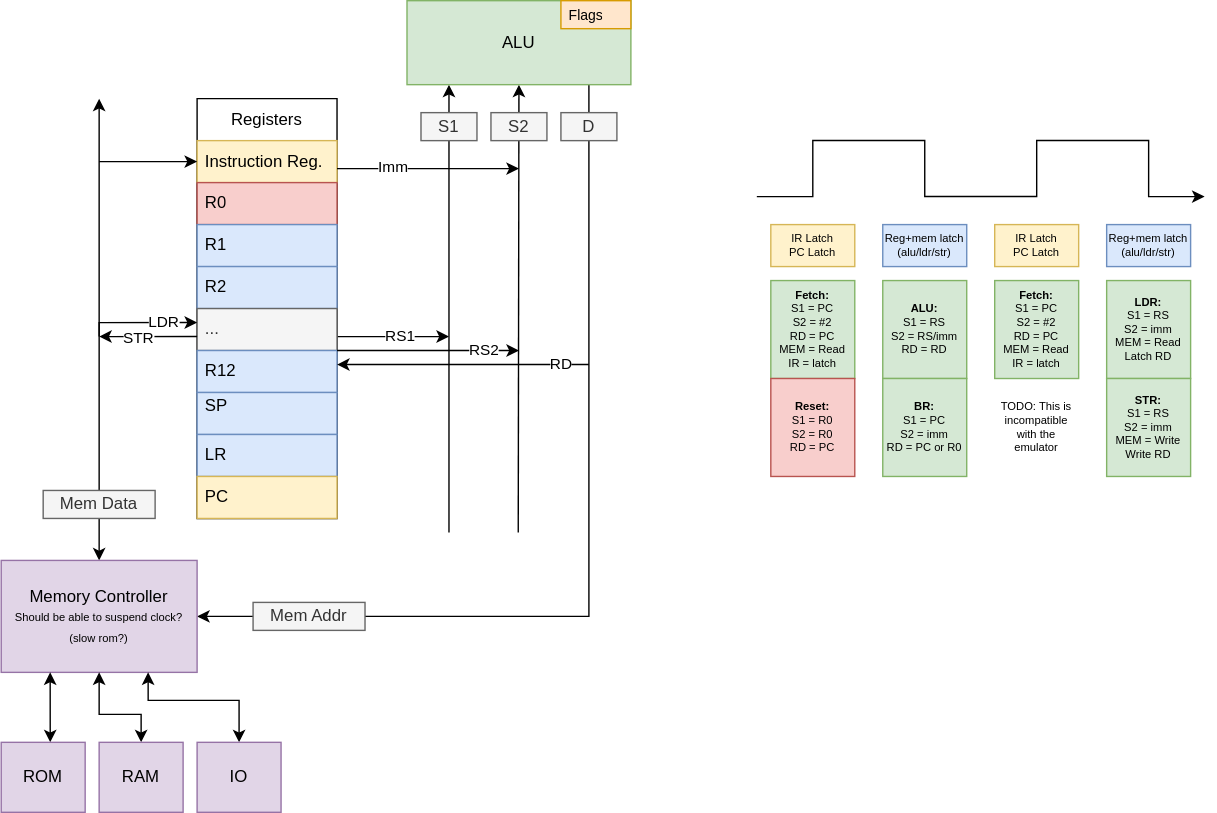
Above: doc/CPU Architecture.drawio.svg in blueberrymuffin3/tiny16 (draw.io), before the change. Source tidied: cells renumbered, new cells last; positions are measured from the earlier drawing's top-left corner, leaving out a move shared by most shapes.
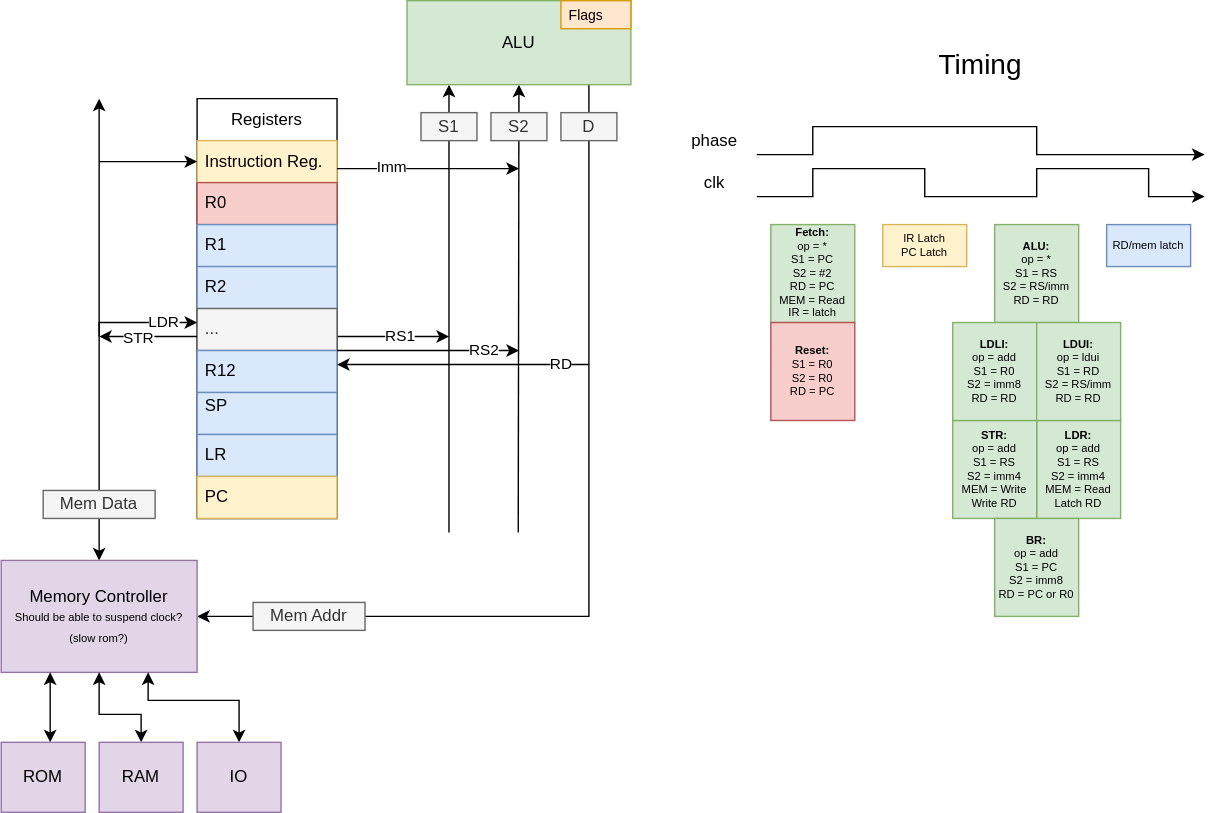
After the change.

Commit message:
Update CPU timing diagram

Diff of the diagram source:
```diff
@@ -169,49 +169,41 @@
         <mxPoint x="540" y="140" as="sourcePoint" />
         <mxPoint x="860" y="140" as="targetPoint" />
         <Array as="points">
-          <mxPoint x="580" y="99.9" />
-          <mxPoint x="660" y="99.9" />
-          <mxPoint x="660" y="139.9" />
-          <mxPoint x="740" y="139.9" />
-          <mxPoint x="740" y="99.9" />
-          <mxPoint x="820" y="99.9" />
-          <mxPoint x="820" y="139.9" />
+          <mxPoint x="580" y="140" />
+          <mxPoint x="580" y="120" />
+          <mxPoint x="660" y="120" />
+          <mxPoint x="660" y="140" />
+          <mxPoint x="740" y="140" />
+          <mxPoint x="740" y="120" />
+          <mxPoint x="820" y="120" />
+          <mxPoint x="820" y="140" />
         </Array>
       </mxGeometry>
     </mxCell>
     <mxCell id="37" value="&lt;div&gt;IR Latch&lt;/div&gt;PC Latch" style="rounded=0;whiteSpace=wrap;html=1;fontSize=8;fillColor=#fff2cc;strokeColor=#d6b656;" parent="1" vertex="1">
-      <mxGeometry x="550" y="160" width="60" height="30" as="geometry" />
+      <mxGeometry x="630" y="160" width="60" height="30" as="geometry" />
     </mxCell>
-    <mxCell id="38" value="&lt;div&gt;Reg+mem latch&lt;/div&gt;&lt;div&gt;(alu/ldr/str)&lt;br&gt;&lt;/div&gt;" style="rounded=0;whiteSpace=wrap;html=1;fontSize=8;fillColor=#dae8fc;strokeColor=#6c8ebf;" parent="1" vertex="1">
-      <mxGeometry x="630" y="160" width="60" height="30" as="geometry" />
-    </mxCell>
-    <mxCell id="39" value="&lt;div&gt;&lt;b&gt;Fetch:&lt;/b&gt;&lt;br&gt;&lt;/div&gt;&lt;div&gt;S1 = PC&lt;/div&gt;&lt;div&gt;S2 = #2&lt;/div&gt;&lt;div&gt;RD = PC&lt;br&gt;&lt;/div&gt;&lt;div&gt;MEM = Read&lt;/div&gt;&lt;div&gt;IR = latch&lt;br&gt;&lt;/div&gt;" style="rounded=0;whiteSpace=wrap;html=1;fontSize=8;fillColor=#d5e8d4;strokeColor=#82b366;" parent="1" vertex="1">
-      <mxGeometry x="550" y="200" width="60" height="70" as="geometry" />
+    <mxCell id="39" value="&lt;div&gt;&lt;b&gt;Fetch:&lt;/b&gt;&lt;br&gt;&lt;/div&gt;&lt;div&gt;op = *&lt;b&gt;&lt;br&gt;&lt;/b&gt;&lt;/div&gt;&lt;div&gt;S1 = PC&lt;/div&gt;&lt;div&gt;S2 = #2&lt;/div&gt;&lt;div&gt;RD = PC&lt;br&gt;&lt;/div&gt;&lt;div&gt;MEM = Read&lt;/div&gt;&lt;div&gt;IR = latch&lt;br&gt;&lt;/div&gt;" style="rounded=0;whiteSpace=wrap;html=1;fontSize=8;fillColor=#d5e8d4;strokeColor=#82b366;" parent="1" vertex="1">
+      <mxGeometry x="550" y="160" width="60" height="70" as="geometry" />
     </mxCell>
-    <mxCell id="40" value="&lt;div&gt;&lt;b&gt;ALU:&lt;/b&gt;&lt;/div&gt;&lt;div&gt;S1 = RS&lt;/div&gt;&lt;div&gt;S2 = RS/imm&lt;/div&gt;&lt;div&gt;RD = RD&lt;br&gt;&lt;/div&gt;" style="rounded=0;whiteSpace=wrap;html=1;fontSize=8;fillColor=#d5e8d4;strokeColor=#82b366;" parent="1" vertex="1">
-      <mxGeometry x="630" y="200" width="60" height="70" as="geometry" />
+    <mxCell id="40" value="&lt;div&gt;&lt;b&gt;ALU:&lt;/b&gt;&lt;/div&gt;&lt;div&gt;op = *&lt;/div&gt;&lt;div&gt;S1 = RS&lt;/div&gt;&lt;div&gt;S2 = RS/imm&lt;/div&gt;&lt;div&gt;RD = RD&lt;br&gt;&lt;/div&gt;" style="rounded=0;whiteSpace=wrap;html=1;fontSize=8;fillColor=#d5e8d4;strokeColor=#82b366;" parent="1" vertex="1">
+      <mxGeometry x="710" y="160" width="60" height="70" as="geometry" />
     </mxCell>
-    <mxCell id="41" value="&lt;div&gt;&lt;b&gt;LDR:&lt;/b&gt;&lt;br&gt;&lt;/div&gt;&lt;div&gt;S1 = RS&lt;/div&gt;&lt;div&gt;S2 = imm&lt;/div&gt;&lt;div&gt;MEM = Read&lt;/div&gt;&lt;div&gt;Latch RD&lt;br&gt;&lt;/div&gt;" style="rounded=0;whiteSpace=wrap;html=1;fontSize=8;fillColor=#d5e8d4;strokeColor=#82b366;" parent="1" vertex="1">
-      <mxGeometry x="790" y="200" width="60" height="70" as="geometry" />
+    <mxCell id="41" value="&lt;div&gt;&lt;b&gt;LDR:&lt;/b&gt;&lt;br&gt;&lt;/div&gt;op = add&lt;br&gt;&lt;span style=&quot;background-color: initial;&quot;&gt;S1 = RS&lt;/span&gt;&lt;br&gt;&lt;div&gt;S2 = imm4&lt;/div&gt;&lt;div&gt;MEM = Read&lt;/div&gt;&lt;div&gt;Latch RD&lt;br&gt;&lt;/div&gt;" style="rounded=0;whiteSpace=wrap;html=1;fontSize=8;fillColor=#d5e8d4;strokeColor=#82b366;" parent="1" vertex="1">
+      <mxGeometry x="740" y="300" width="60" height="70" as="geometry" />
     </mxCell>
-    <mxCell id="42" value="&lt;div&gt;&lt;b&gt;STR:&lt;/b&gt;&lt;br&gt;&lt;/div&gt;&lt;div&gt;S1 = RS&lt;/div&gt;&lt;div&gt;S2 = imm&lt;/div&gt;&lt;div&gt;MEM = Write&lt;/div&gt;&lt;div&gt;Write RD&lt;br&gt;&lt;/div&gt;" style="rounded=0;whiteSpace=wrap;html=1;fontSize=8;fillColor=#d5e8d4;strokeColor=#82b366;" parent="1" vertex="1">
-      <mxGeometry x="790" y="270" width="60" height="70" as="geometry" />
+    <mxCell id="42" value="&lt;div&gt;&lt;b&gt;STR:&lt;/b&gt;&lt;br&gt;&lt;/div&gt;op = add&lt;div&gt;S1 = RS&lt;/div&gt;&lt;div&gt;S2 = imm4&lt;/div&gt;&lt;div&gt;MEM = Write&lt;/div&gt;&lt;div&gt;Write RD&lt;br&gt;&lt;/div&gt;" style="rounded=0;whiteSpace=wrap;html=1;fontSize=8;fillColor=#d5e8d4;strokeColor=#82b366;" parent="1" vertex="1">
+      <mxGeometry x="680" y="300" width="60" height="70" as="geometry" />
     </mxCell>
-    <mxCell id="43" value="&lt;div&gt;&lt;b&gt;BR:&lt;/b&gt;&lt;br&gt;&lt;/div&gt;&lt;div&gt;S1 = PC&lt;/div&gt;&lt;div&gt;S2 = imm&lt;/div&gt;&lt;div&gt;RD = PC or R0&lt;br&gt;&lt;/div&gt;" style="rounded=0;whiteSpace=wrap;html=1;fontSize=8;fillColor=#d5e8d4;strokeColor=#82b366;" parent="1" vertex="1">
-      <mxGeometry x="630" y="270" width="60" height="70" as="geometry" />
+    <mxCell id="43" value="&lt;div&gt;&lt;b&gt;BR:&lt;/b&gt;&lt;br&gt;&lt;/div&gt;op = add&lt;div&gt;S1 = PC&lt;/div&gt;&lt;div&gt;S2 = imm8&lt;/div&gt;&lt;div&gt;RD = PC or R0&lt;br&gt;&lt;/div&gt;" style="rounded=0;whiteSpace=wrap;html=1;fontSize=8;fillColor=#d5e8d4;strokeColor=#82b366;" parent="1" vertex="1">
+      <mxGeometry x="710" y="370" width="60" height="70" as="geometry" />
     </mxCell>
     <mxCell id="44" value="Flags" style="text;strokeColor=#d79b00;fillColor=#ffe6cc;align=left;verticalAlign=middle;spacingLeft=4;spacingRight=4;overflow=hidden;whiteSpace=wrap;html=1;fontSize=10;" parent="1" vertex="1">
       <mxGeometry x="400" width="50" height="20" as="geometry" />
     </mxCell>
-    <mxCell id="45" value="&lt;div&gt;Reg+mem latch&lt;/div&gt;&lt;div&gt;(alu/ldr/str)&lt;br&gt;&lt;/div&gt;" style="rounded=0;whiteSpace=wrap;html=1;fontSize=8;fillColor=#dae8fc;strokeColor=#6c8ebf;" parent="1" vertex="1">
+    <mxCell id="45" value="&lt;div&gt;RD/mem latch&lt;/div&gt;" style="rounded=0;whiteSpace=wrap;html=1;fontSize=8;fillColor=#dae8fc;strokeColor=#6c8ebf;" parent="1" vertex="1">
       <mxGeometry x="790" y="160" width="60" height="30" as="geometry" />
     </mxCell>
-    <mxCell id="46" value="&lt;div&gt;IR Latch&lt;/div&gt;PC Latch" style="rounded=0;whiteSpace=wrap;html=1;fontSize=8;fillColor=#fff2cc;strokeColor=#d6b656;" parent="1" vertex="1">
-      <mxGeometry x="710" y="160" width="60" height="30" as="geometry" />
-    </mxCell>
-    <mxCell id="47" value="&lt;div&gt;&lt;b&gt;Fetch:&lt;/b&gt;&lt;br&gt;&lt;/div&gt;&lt;div&gt;S1 = PC&lt;/div&gt;&lt;div&gt;S2 = #2&lt;/div&gt;&lt;div&gt;RD = PC&lt;br&gt;&lt;/div&gt;&lt;div&gt;MEM = Read&lt;/div&gt;&lt;div&gt;IR = latch&lt;br&gt;&lt;/div&gt;" style="rounded=0;whiteSpace=wrap;html=1;fontSize=8;fillColor=#d5e8d4;strokeColor=#82b366;" parent="1" vertex="1">
-      <mxGeometry x="710" y="200" width="60" height="70" as="geometry" />
-    </mxCell>
     <mxCell id="48" style="edgeStyle=orthogonalEdgeStyle;rounded=0;jettySize=auto;html=1;entryX=0.25;entryY=1;entryDx=0;entryDy=0;startArrow=classic;startFill=1;" parent="1" edge="1" source="49" target="22">
       <mxGeometry relative="1" as="geometry">
         <Array as="points">
@@ -246,10 +238,34 @@
       <mxGeometry x="140" y="530" width="60" height="50" as="geometry" />
     </mxCell>
     <mxCell id="54" value="&lt;div&gt;&lt;b&gt;Reset:&lt;/b&gt;&lt;br&gt;&lt;/div&gt;&lt;div&gt;S1 = R0&lt;br&gt;&lt;/div&gt;&lt;div&gt;S2 = R0&lt;br&gt;&lt;/div&gt;RD = PC" style="rounded=0;whiteSpace=wrap;html=1;fontSize=8;fillColor=#f8cecc;strokeColor=#b85450;" parent="1" vertex="1">
-      <mxGeometry x="550" y="270" width="60" height="70" as="geometry" />
+      <mxGeometry x="550" y="230" width="60" height="70" as="geometry" />
     </mxCell>
-    <mxCell id="55" value="TODO: This is incompatible with the emulator" style="text;html=1;strokeColor=none;fillColor=none;align=center;verticalAlign=middle;whiteSpace=wrap;rounded=0;fontSize=8;" parent="1" vertex="1">
-      <mxGeometry x="710" y="270" width="60" height="70" as="geometry" />
-    </mxCell>
+    <mxCell id="56" value="clk" style="text;strokeColor=none;align=center;fillColor=none;html=1;verticalAlign=middle;whiteSpace=wrap;rounded=0;" parent="1" vertex="1">
+      <mxGeometry x="480" y="120" width="60" height="20" as="geometry" />
+    </mxCell>
+    <mxCell id="57" value="phase" style="text;strokeColor=none;align=center;fillColor=none;html=1;verticalAlign=middle;whiteSpace=wrap;rounded=0;" parent="1" vertex="1">
+      <mxGeometry x="480" y="90" width="60" height="20" as="geometry" />
+    </mxCell>
+    <mxCell id="58" style="edgeStyle=orthogonalEdgeStyle;rounded=0;orthogonalLoop=1;jettySize=auto;html=1;" parent="1" edge="1">
+      <mxGeometry relative="1" as="geometry">
+        <mxPoint x="540" y="110" as="sourcePoint" />
+        <mxPoint x="860" y="110" as="targetPoint" />
+        <Array as="points">
+          <mxPoint x="580" y="110" />
+          <mxPoint x="580" y="90" />
+          <mxPoint x="740" y="90" />
+          <mxPoint x="740" y="110" />
+        </Array>
+      </mxGeometry>
+    </mxCell>
+    <mxCell id="59" value="&lt;div&gt;&lt;b&gt;LDLI:&lt;/b&gt;&lt;/div&gt;&lt;div&gt;&lt;span style=&quot;background-color: initial;&quot;&gt;op = add&lt;/span&gt;&lt;/div&gt;&lt;div&gt;&lt;span style=&quot;background-color: initial;&quot;&gt;S1 = R0&lt;/span&gt;&lt;br&gt;&lt;/div&gt;&lt;div&gt;S2 = imm8&lt;/div&gt;&lt;div&gt;RD = RD&lt;br&gt;&lt;/div&gt;" style="rounded=0;whiteSpace=wrap;html=1;fontSize=8;fillColor=#d5e8d4;strokeColor=#82b366;" parent="1" vertex="1">
+      <mxGeometry x="680" y="230" width="60" height="70" as="geometry" />
+    </mxCell>
+    <mxCell id="60" value="&lt;div&gt;&lt;b&gt;LDUI:&lt;/b&gt;&lt;/div&gt;&lt;div&gt;op = ldui&lt;/div&gt;&lt;div&gt;S1 = RD&lt;/div&gt;&lt;div&gt;S2 = RS/imm&lt;/div&gt;&lt;div&gt;RD = RD&lt;br&gt;&lt;/div&gt;" style="rounded=0;whiteSpace=wrap;html=1;fontSize=8;fillColor=#d5e8d4;strokeColor=#82b366;" parent="1" vertex="1">
+      <mxGeometry x="740" y="230" width="60" height="70" as="geometry" />
+    </mxCell>
+    <mxCell id="61" value="Timing" style="text;strokeColor=none;align=center;fillColor=none;html=1;verticalAlign=middle;whiteSpace=wrap;rounded=0;fontSize=20;" parent="1" vertex="1">
+      <mxGeometry x="540" y="30" width="320" height="30" as="geometry" />
+    </mxCell>
   </root>
 </mxGraphModel>
```
